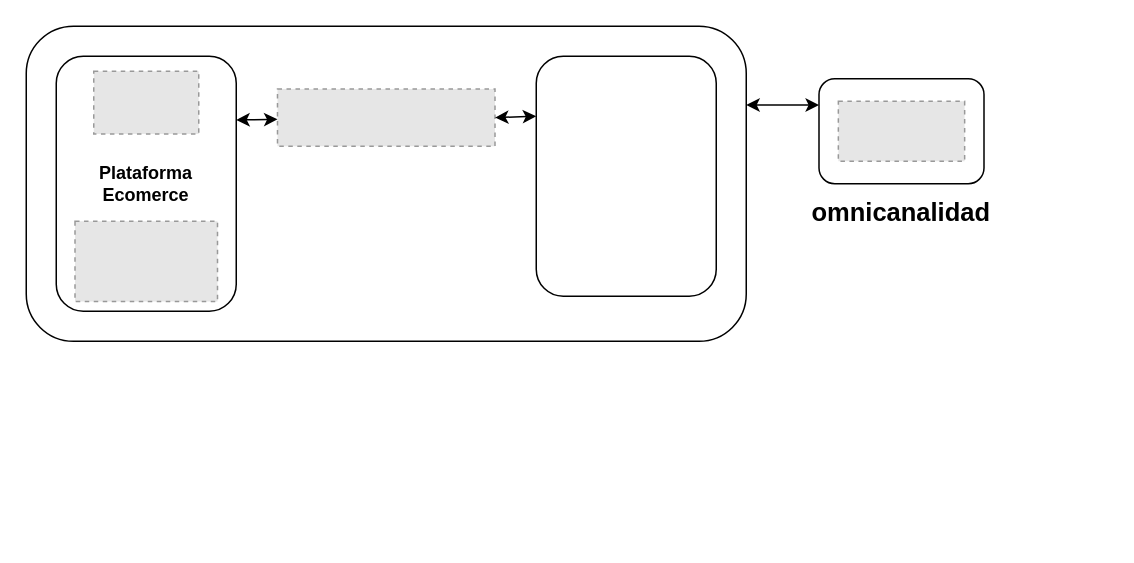
Before: page "Inicio" (1 of 2) of Untitled Diagram.drawio in luisvasco11/diagrams, a draw.io diagram. Source tidied: cells renumbered, new cells numbered last; positions are measured from the earlier drawing's top-left corner, leaving out a move shared by most shapes. Both pictures are drawn from the tidied source at 150%, with x=0, y=0 at pixel (26, 26). Pictures stored in the file or linked from it are replaced by grey dashed boxes.
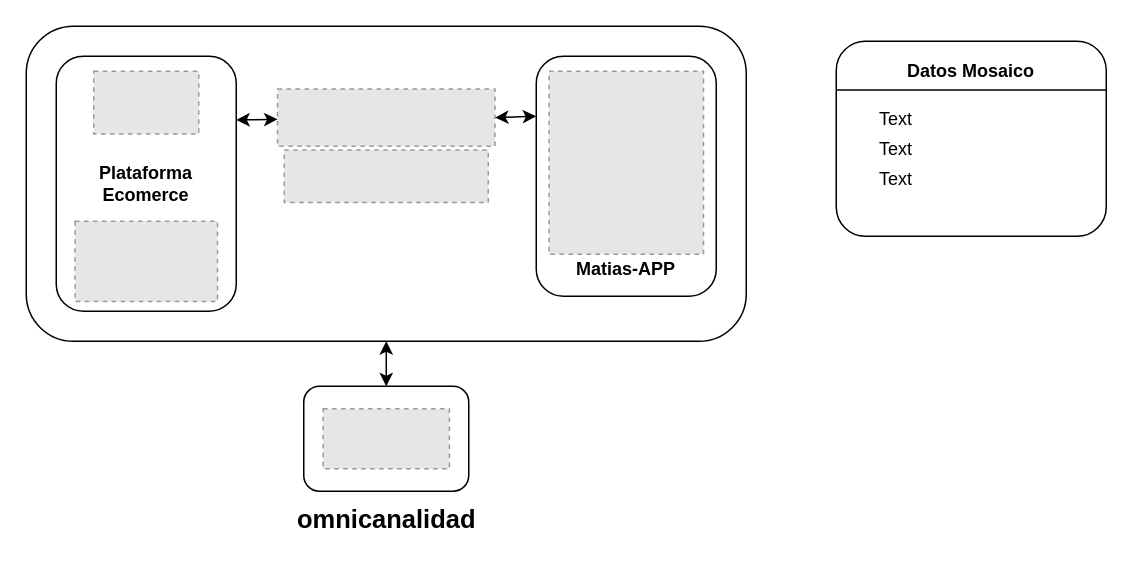
Above is the later version.

The change refers to these unchanged cells:
```xml
<mxCell id="5" style="rounded=1;whiteSpace=wrap;html=1;" parent="1" vertex="1">
  <mxGeometry width="480" height="210" as="geometry" />
</mxCell>
```

Change to the diagram source:
```diff
@@
-    <mxCell id="2" style="rounded=1;whiteSpace=wrap;html=1;gradientColor=#ffffff;" parent="1" vertex="1">
-      <mxGeometry x="528.5" y="35" width="110" height="70" as="geometry" />
+    <mxCell id="2" style="rounded=1;whiteSpace=wrap;html=1;" parent="1" vertex="1">
+      <mxGeometry x="185" y="240" width="110" height="70" as="geometry" />
     </mxCell>
     <mxCell id="3" style="fillColor=#E6E6E6;strokeColor=#999999;dashed=1;verticalLabelPosition=bottom;labelBackgroundColor=#ffffff;verticalAlign=top;" parent="1" vertex="1">
-      <mxGeometry x="541.4" y="50" width="84.2" height="40" as="geometry" />
+      <mxGeometry x="197.9" y="255" width="84.2" height="40" as="geometry" />
     </mxCell>
     <mxCell id="4" value="&lt;b&gt;&lt;font style=&quot;font-size: 17px&quot;&gt;omnicanalidad&lt;/font&gt;&lt;/b&gt;" style="text;html=1;strokeColor=none;fillColor=none;align=center;verticalAlign=middle;whiteSpace=wrap;rounded=0;" parent="1" vertex="1">
-      <mxGeometry x="496" y="115" width="175" height="20" as="geometry" />
+      <mxGeometry x="152.5" y="320" width="175" height="20" as="geometry" />
     </mxCell>
@@
-    <mxCell id="10" style="endArrow=classic;startArrow=classic;html=1;exitX=1;exitY=0.25;exitDx=0;exitDy=0;entryX=0;entryY=0.25;entryDx=0;entryDy=0;" parent="1" edge="1" source="5" target="2">
-      <mxGeometry relative="1" as="geometry" />
-    </mxCell>
@@
+    <mxCell id="15" style="fillColor=#E6E6E6;strokeColor=#999999;dashed=1;verticalLabelPosition=bottom;labelBackgroundColor=#ffffff;verticalAlign=top;" parent="1" vertex="1">
+      <mxGeometry x="172" y="82.5" width="136" height="35" as="geometry" />
+    </mxCell>
+    <mxCell id="16" style="fillColor=#E6E6E6;strokeColor=#999999;dashed=1;verticalLabelPosition=bottom;labelBackgroundColor=#ffffff;verticalAlign=top;" parent="1" vertex="1">
+      <mxGeometry x="348.5" y="30" width="103" height="122" as="geometry" />
+    </mxCell>
+    <mxCell id="17" value="&lt;b&gt;Matias-APP&lt;/b&gt;" style="text;html=1;strokeColor=none;fillColor=none;align=center;verticalAlign=middle;whiteSpace=wrap;rounded=0;" parent="1" vertex="1">
+      <mxGeometry x="360" y="152.1" width="80" height="20" as="geometry" />
+    </mxCell>
+    <mxCell id="10" style="endArrow=classic;startArrow=classic;html=1;verticalAlign=bottom;exitX=0.5;exitY=1;exitDx=0;exitDy=0;entryX=0.5;entryY=0;entryDx=0;entryDy=0;" parent="1" edge="1" source="5" target="2">
+      <mxGeometry relative="1" as="geometry" />
+    </mxCell>
+    <mxCell id="18" style="rounded=1;whiteSpace=wrap;html=1;gradientColor=none;" parent="1" vertex="1">
+      <mxGeometry x="540" y="10" width="180" height="130" as="geometry" />
+    </mxCell>
+    <mxCell id="19" value="&lt;b&gt;Datos Mosaico&lt;/b&gt;" style="text;html=1;strokeColor=none;fillColor=none;align=center;verticalAlign=middle;whiteSpace=wrap;rounded=0;" parent="1" vertex="1">
+      <mxGeometry x="560" y="20" width="140" height="20" as="geometry" />
+    </mxCell>
+    <mxCell id="20" style="endArrow=none;html=1;verticalAlign=bottom;exitX=0;exitY=0.25;exitDx=0;exitDy=0;entryX=1;entryY=0.25;entryDx=0;entryDy=0;" parent="1" edge="1" source="18" target="18">
+      <mxGeometry relative="1" as="geometry" />
+    </mxCell>
+    <mxCell id="21" value="Text" style="text;html=1;strokeColor=none;fillColor=none;align=center;verticalAlign=middle;whiteSpace=wrap;rounded=0;" parent="1" vertex="1">
+      <mxGeometry x="560" y="52" width="40" height="20" as="geometry" />
+    </mxCell>
+    <mxCell id="22" value="Text" style="text;html=1;strokeColor=none;fillColor=none;align=center;verticalAlign=middle;whiteSpace=wrap;rounded=0;" parent="1" vertex="1">
+      <mxGeometry x="560" y="72" width="40" height="20" as="geometry" />
+    </mxCell>
+    <mxCell id="23" value="Text" style="text;html=1;strokeColor=none;fillColor=none;align=center;verticalAlign=middle;whiteSpace=wrap;rounded=0;" parent="1" vertex="1">
+      <mxGeometry x="560" y="92" width="40" height="20" as="geometry" />
+    </mxCell>
```
